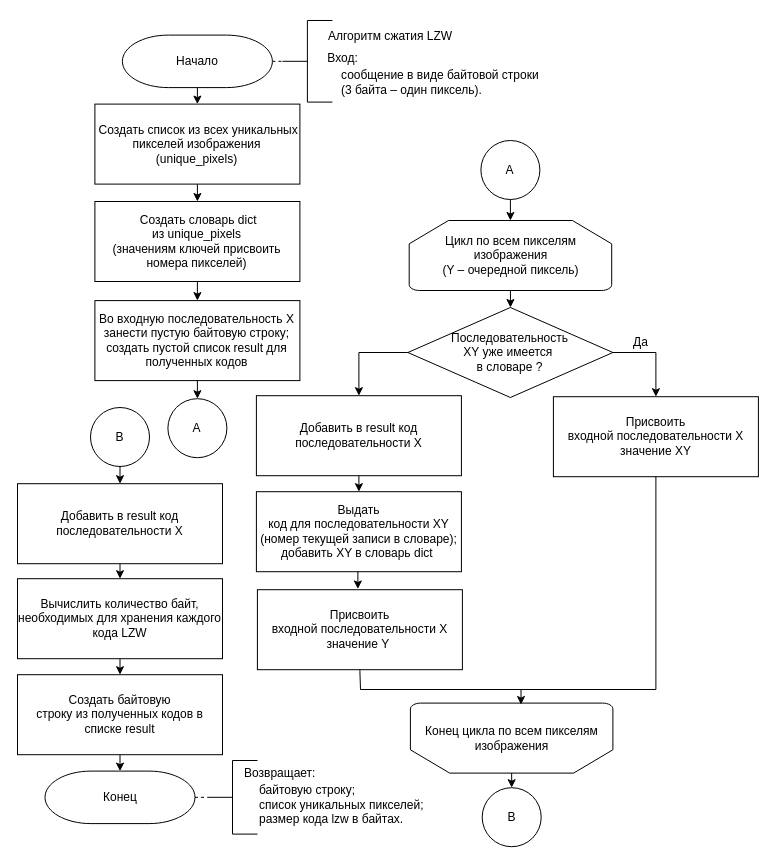
Above: docs/schemes/lzw.drawio in kovkir/bmstu-magistracy-diploma (draw.io), before the change. Source tidied: cells renumbered, new cells numbered last; positions are measured from the earlier drawing's top-left corner, leaving out a move shared by most shapes. Both pictures are drawn from the tidied source at 100%, with x=0, y=0 at pixel (17, 20).
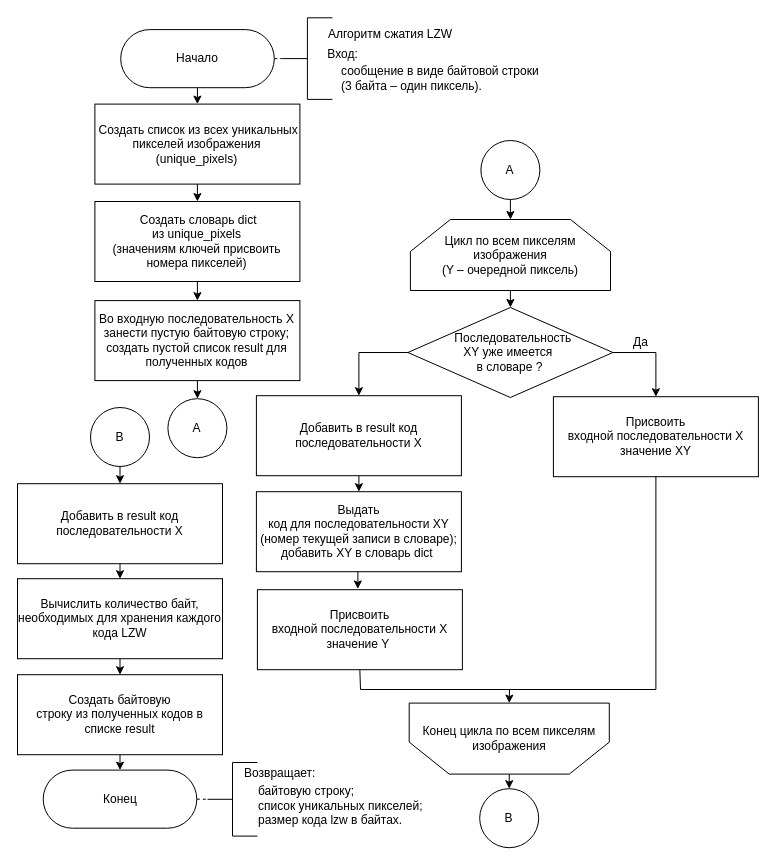
The same page after the edit.

The change refers to these unchanged cells:
```xml
<mxCell id="30" value="&amp;nbsp;Создать список из всех уникальных пикселей изображения (unique_pixels)" style="rounded=0;whiteSpace=wrap;html=1;strokeColor=default;strokeWidth=1;fontSize=12;gradientColor=none;" parent="1" vertex="1">
  <mxGeometry x="77.4" y="83.6" width="205" height="80" as="geometry" />
</mxCell>
<mxCell id="32" value="&lt;div&gt;&lt;span style=&quot;color: rgb(0, 0, 0); background-color: transparent;&quot;&gt;Создать байтовую&lt;/span&gt;&lt;/div&gt;&lt;div&gt;&lt;span style=&quot;color: rgb(0, 0, 0);&quot;&gt;строку из полученных кодов в списке result&lt;/span&gt;&lt;/div&gt;" style="rounded=0;whiteSpace=wrap;html=1;strokeColor=default;strokeWidth=1;fontSize=12;gradientColor=none;" parent="1" vertex="1">
  <mxGeometry y="654.2" width="205" height="80" as="geometry" />
</mxCell>
```

The edit, as a diff of the source:
```diff
@@
-    <mxCell id="2" style="edgeStyle=none;html=1;entryX=0;entryY=0.5;entryDx=0;entryDy=0;entryPerimeter=0;fontSize=12;endArrow=none;endFill=0;dashed=1;exitX=1;exitY=0.5;exitDx=0;exitDy=0;exitPerimeter=0;" parent="1" edge="1" source="4" target="5">
+    <mxCell id="2" style="edgeStyle=none;html=1;entryX=0;entryY=0.5;entryDx=0;entryDy=0;entryPerimeter=0;fontSize=12;endArrow=none;endFill=0;dashed=1;exitX=0;exitY=0.5;exitDx=0;exitDy=0;" parent="1" edge="1" source="4" target="5">
       <mxGeometry relative="1" as="geometry" />
     </mxCell>
-    <mxCell id="3" style="edgeStyle=none;html=1;exitX=0.5;exitY=1;exitDx=0;exitDy=0;exitPerimeter=0;entryX=0.5;entryY=0;entryDx=0;entryDy=0;" parent="1" edge="1" source="4" target="30">
+    <mxCell id="3" style="edgeStyle=none;html=1;entryX=0.5;entryY=0;entryDx=0;entryDy=0;" parent="1" edge="1" source="4" target="30">
       <mxGeometry relative="1" as="geometry" />
     </mxCell>
-    <mxCell id="4" value="Начало" style="strokeWidth=1;html=1;shape=mxgraph.flowchart.terminator;whiteSpace=wrap;strokeColor=default;gradientColor=none;" parent="1" vertex="1">
-      <mxGeometry x="104.9" y="14.6" width="150" height="52.5" as="geometry" />
-    </mxCell>
     <mxCell id="5" style="strokeWidth=1;html=1;shape=mxgraph.flowchart.annotation_2;align=left;labelPosition=right;strokeColor=default;fontSize=13;gradientColor=none;" parent="1" vertex="1">
-      <mxGeometry x="264.9" width="50" height="81.6" as="geometry" />
+      <mxGeometry x="264.9" y="-2.7" width="50" height="81.6" as="geometry" />
     </mxCell>
     <mxCell id="6" value="&lt;span style=&quot;font-size: 12px;&quot;&gt;&lt;font style=&quot;color: rgb(0, 0, 0);&quot;&gt;Алгоритм сжатия LZW&lt;/font&gt;&lt;/span&gt;" style="text;html=1;align=left;verticalAlign=middle;strokeColor=none;fillColor=none;fontSize=13;strokeWidth=1;" parent="1" vertex="1">
-      <mxGeometry x="309.4" width="150" height="30" as="geometry" />
+      <mxGeometry x="309.4" y="-2" width="150" height="30" as="geometry" />
     </mxCell>
     <mxCell id="7" value="Вход:" style="text;html=1;align=center;verticalAlign=middle;strokeColor=none;fillColor=none;fontSize=12;" parent="1" vertex="1">
-      <mxGeometry x="299.9" y="23.1" width="50" height="30" as="geometry" />
+      <mxGeometry x="299.9" y="19.1" width="50" height="30" as="geometry" />
     </mxCell>
     <mxCell id="8" value="&lt;font&gt;&lt;font style=&quot;color: rgb(0, 0, 0);&quot;&gt;сообщение в виде&amp;nbsp;&lt;/font&gt;&lt;span style=&quot;background-color: transparent;&quot;&gt;&lt;font style=&quot;color: rgb(0, 0, 0);&quot;&gt;байтовой строки&lt;/font&gt;&lt;/span&gt;&lt;/font&gt;&lt;div&gt;&lt;span style=&quot;background-color: transparent;&quot;&gt;&lt;font style=&quot;color: rgb(0, 0, 0);&quot;&gt;(3 байта – один пиксель).&lt;/font&gt;&lt;/span&gt;&lt;/div&gt;" style="text;html=1;align=left;verticalAlign=middle;strokeColor=none;fillColor=none;fontSize=12;" parent="1" vertex="1">
-      <mxGeometry x="322.4" y="41.6" width="230" height="40" as="geometry" />
+      <mxGeometry x="322.4" y="37.6" width="230" height="40" as="geometry" />
     </mxCell>
@@
-    <mxCell id="15" value="&lt;span style=&quot;color: rgb(0, 0, 0);&quot;&gt;Последовательность&lt;/span&gt;&lt;div&gt;&lt;font style=&quot;color: rgb(0, 0, 0);&quot;&gt;XY уже имеется&amp;nbsp;&lt;/font&gt;&lt;/div&gt;&lt;div&gt;&lt;font style=&quot;color: rgb(0, 0, 0);&quot;&gt;в словаре ?&lt;/font&gt;&lt;/div&gt;" style="rhombus;whiteSpace=wrap;html=1;" parent="1" vertex="1">
+    <mxCell id="15" value="&lt;span style=&quot;color: rgb(0, 0, 0);&quot;&gt;&amp;nbsp; Последовательность&lt;/span&gt;&lt;div&gt;&lt;font style=&quot;color: rgb(0, 0, 0);&quot;&gt;XY уже имеется&amp;nbsp;&lt;/font&gt;&lt;/div&gt;&lt;div&gt;&lt;font style=&quot;color: rgb(0, 0, 0);&quot;&gt;в словаре ?&lt;/font&gt;&lt;/div&gt;" style="rhombus;whiteSpace=wrap;html=1;" parent="1" vertex="1">
       <mxGeometry x="390.4" y="287" width="205" height="90" as="geometry" />
     </mxCell>
@@
-    <mxCell id="23" value="Конец" style="strokeWidth=1;html=1;shape=mxgraph.flowchart.terminator;whiteSpace=wrap;strokeColor=default;gradientColor=none;" parent="1" vertex="1">
-      <mxGeometry x="27.5" y="750.6" width="150" height="52.5" as="geometry" />
-    </mxCell>
-    <mxCell id="24" style="edgeStyle=none;html=1;entryX=0;entryY=0.5;entryDx=0;entryDy=0;entryPerimeter=0;fontSize=12;endArrow=none;endFill=0;dashed=1;exitX=1;exitY=0.5;exitDx=0;exitDy=0;exitPerimeter=0;" parent="1" edge="1" source="23" target="25">
+    <mxCell id="24" style="edgeStyle=none;html=1;entryX=0;entryY=0.5;entryDx=0;entryDy=0;entryPerimeter=0;fontSize=12;endArrow=none;endFill=0;dashed=1;exitX=0;exitY=0.5;exitDx=0;exitDy=0;" parent="1" edge="1" source="23" target="25">
       <mxGeometry relative="1" as="geometry" />
     </mxCell>
     <mxCell id="25" style="strokeWidth=1;html=1;shape=mxgraph.flowchart.annotation_2;align=left;labelPosition=right;strokeColor=default;fontSize=13;gradientColor=none;" parent="1" vertex="1">
-      <mxGeometry x="190" y="740" width="50" height="73.6" as="geometry" />
+      <mxGeometry x="190" y="742" width="50" height="73.6" as="geometry" />
     </mxCell>
@@
     <mxCell id="27" value="&lt;br&gt;байтовую строку;&lt;div&gt;&lt;font style=&quot;color: rgb(0, 0, 0);&quot;&gt;список уникальных пикселей;&lt;/font&gt;&lt;/div&gt;&lt;div&gt;&lt;font style=&quot;color: rgb(0, 0, 0);&quot;&gt;размер кода lzw в байтах.&lt;/font&gt;&lt;/div&gt;" style="text;html=1;align=left;verticalAlign=middle;strokeColor=none;fillColor=none;fontSize=12;" parent="1" vertex="1">
-      <mxGeometry x="240.4" y="741.9" width="190" height="70" as="geometry" />
+      <mxGeometry x="239.4" y="742.9" width="190" height="70" as="geometry" />
     </mxCell>
@@
-    <mxCell id="31" style="edgeStyle=none;html=1;exitX=0.5;exitY=1;exitDx=0;exitDy=0;" parent="1" edge="1" source="32" target="23">
+    <mxCell id="31" style="edgeStyle=none;html=1;exitX=0.5;exitY=1;exitDx=0;exitDy=0;entryX=0.5;entryY=1;entryDx=0;entryDy=0;" parent="1" edge="1" source="32" target="23">
       <mxGeometry relative="1" as="geometry" />
     </mxCell>
@@
-    <mxCell id="33" style="edgeStyle=none;html=1;exitX=0.5;exitY=1;exitDx=0;exitDy=0;exitPerimeter=0;" parent="1" edge="1" source="34" target="15">
-      <mxGeometry relative="1" as="geometry" />
+    <mxCell id="33" style="edgeStyle=none;html=1;exitX=0.5;exitY=1;exitDx=0;exitDy=0;exitPerimeter=0;" parent="1" edge="1" target="15">
+      <mxGeometry relative="1" as="geometry">
+        <mxPoint x="492.9" y="270" as="sourcePoint" />
+      </mxGeometry>
     </mxCell>
-    <mxCell id="34" value="Цикл по всем пикселям изображения&lt;div&gt;&lt;font style=&quot;color: rgb(0, 0, 0);&quot;&gt;(Y – очередной пиксель)&lt;/font&gt;&lt;/div&gt;" style="strokeWidth=1;html=1;shape=mxgraph.flowchart.loop_limit;whiteSpace=wrap;" parent="1" vertex="1">
-      <mxGeometry x="391.7" y="200" width="202.5" height="70" as="geometry" />
-    </mxCell>
@@
-    <mxCell id="39" style="edgeStyle=none;html=1;exitX=0.5;exitY=0;exitDx=0;exitDy=0;exitPerimeter=0;entryX=0.5;entryY=0;entryDx=0;entryDy=0;" parent="1" edge="1" source="40" target="42">
+    <mxCell id="39" style="edgeStyle=none;html=1;exitX=0.5;exitY=0;exitDx=0;exitDy=0;entryX=0.5;entryY=0;entryDx=0;entryDy=0;" parent="1" edge="1" source="40" target="42">
       <mxGeometry relative="1" as="geometry" />
     </mxCell>
-    <mxCell id="40" value="Конец цикла по всем пикселям изображения" style="strokeWidth=1;html=1;shape=mxgraph.flowchart.loop_limit;whiteSpace=wrap;direction=west;" parent="1" vertex="1">
-      <mxGeometry x="392.9" y="682.6" width="202.5" height="70" as="geometry" />
-    </mxCell>
-    <mxCell id="41" style="edgeStyle=none;html=1;" parent="1" edge="1">
+    <mxCell id="41" style="edgeStyle=none;html=1;entryX=0.5;entryY=1;entryDx=0;entryDy=0;" parent="1" edge="1" target="40">
       <mxGeometry relative="1" as="geometry">
-        <mxPoint x="503.5" y="669" as="sourcePoint" />
-        <mxPoint x="503.5" y="684" as="targetPoint" />
+        <mxPoint x="492" y="669" as="sourcePoint" />
       </mxGeometry>
     </mxCell>
     <mxCell id="42" value="B" style="ellipse;whiteSpace=wrap;html=1;" parent="1" vertex="1">
-      <mxGeometry x="464.7" y="767.2" width="59" height="59" as="geometry" />
+      <mxGeometry x="462.2" y="768.2" width="59" height="59" as="geometry" />
     </mxCell>
@@
+    <mxCell id="34" value="&lt;span style=&quot;color: rgb(0, 0, 0);&quot;&gt;Цикл по всем пикселям изображения&lt;/span&gt;&lt;div&gt;&lt;font style=&quot;color: rgb(0, 0, 0);&quot;&gt;(Y – очередной пиксель)&lt;/font&gt;&lt;/div&gt;" style="shape=loopLimit;whiteSpace=wrap;html=1;size=40;" parent="1" vertex="1">
+      <mxGeometry x="392.9" y="199" width="200.1" height="71" as="geometry" />
+    </mxCell>
+    <mxCell id="40" value="&lt;span style=&quot;color: rgb(0, 0, 0);&quot;&gt;Конец цикла по всем пикселям изображения&lt;/span&gt;" style="shape=loopLimit;whiteSpace=wrap;html=1;size=40;direction=west;" parent="1" vertex="1">
+      <mxGeometry x="391.7" y="682.6" width="200.1" height="71" as="geometry" />
+    </mxCell>
+    <mxCell id="4" value="&lt;span style=&quot;color: rgb(0, 0, 0); font-family: Helvetica; font-size: 12px;&quot;&gt;Начало&lt;/span&gt;" style="rounded=1;whiteSpace=wrap;html=1;fontSize=14;spacing=3;strokeWidth=1;glass=0;flipH=1;flipV=0;rotation=0;direction=west;arcSize=50;fontFamily=Times New Roman;" parent="1" vertex="1">
+      <mxGeometry x="103.2" y="9.1" width="153.6" height="58.1" as="geometry" />
+    </mxCell>
+    <mxCell id="23" value="&lt;span style=&quot;color: rgb(0, 0, 0); font-family: Helvetica; font-size: 12px;&quot;&gt;Конец&lt;/span&gt;" style="rounded=1;whiteSpace=wrap;html=1;fontSize=14;spacing=3;strokeWidth=1;glass=0;flipH=1;flipV=0;rotation=0;direction=west;arcSize=50;fontFamily=Times New Roman;" parent="1" vertex="1">
+      <mxGeometry x="25.7" y="749.6" width="153.6" height="58.1" as="geometry" />
+    </mxCell>
```
